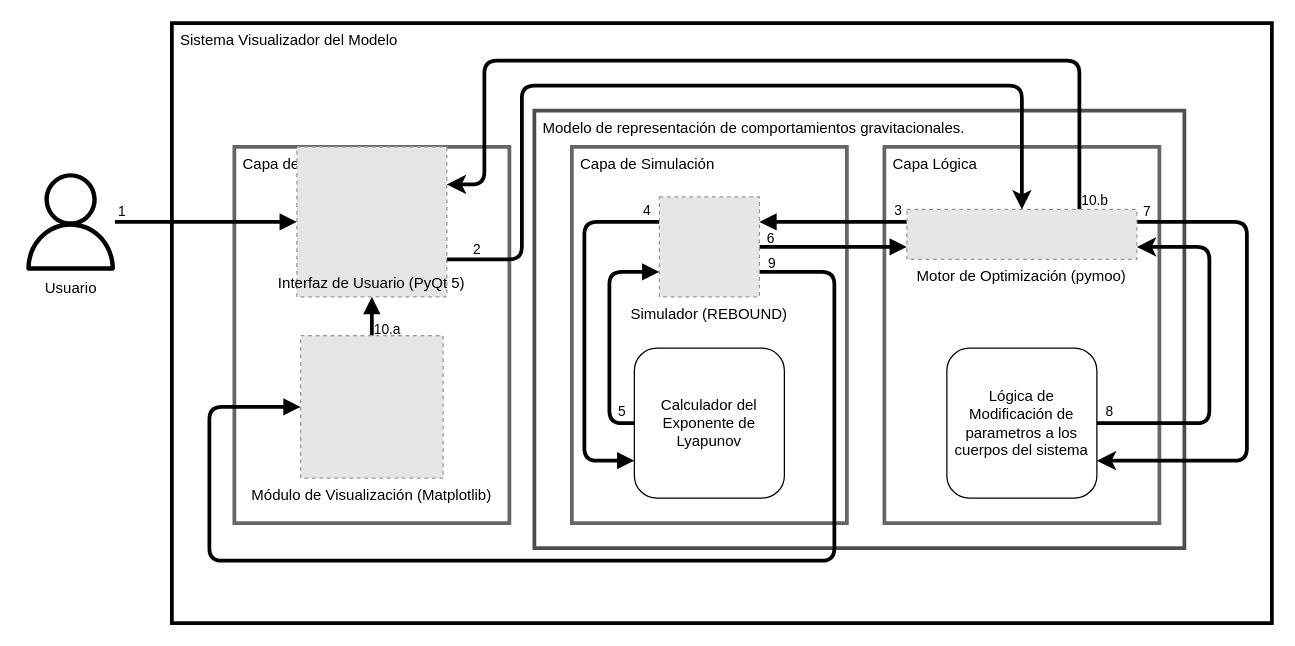
Above: page "Oficial" (1 of 3) of img/Diseño/Arquitectura.drawio in CARBAJE/Presentacion (draw.io), before the change. Source tidied: cells renumbered, new cells numbered last; positions are measured from the earlier drawing's top-left corner, leaving out a move shared by most shapes. Both pictures are drawn from the tidied source at 125%, with x=0, y=0 at pixel (21, 22). Pictures stored in the file or linked from it are replaced by grey dashed boxes.
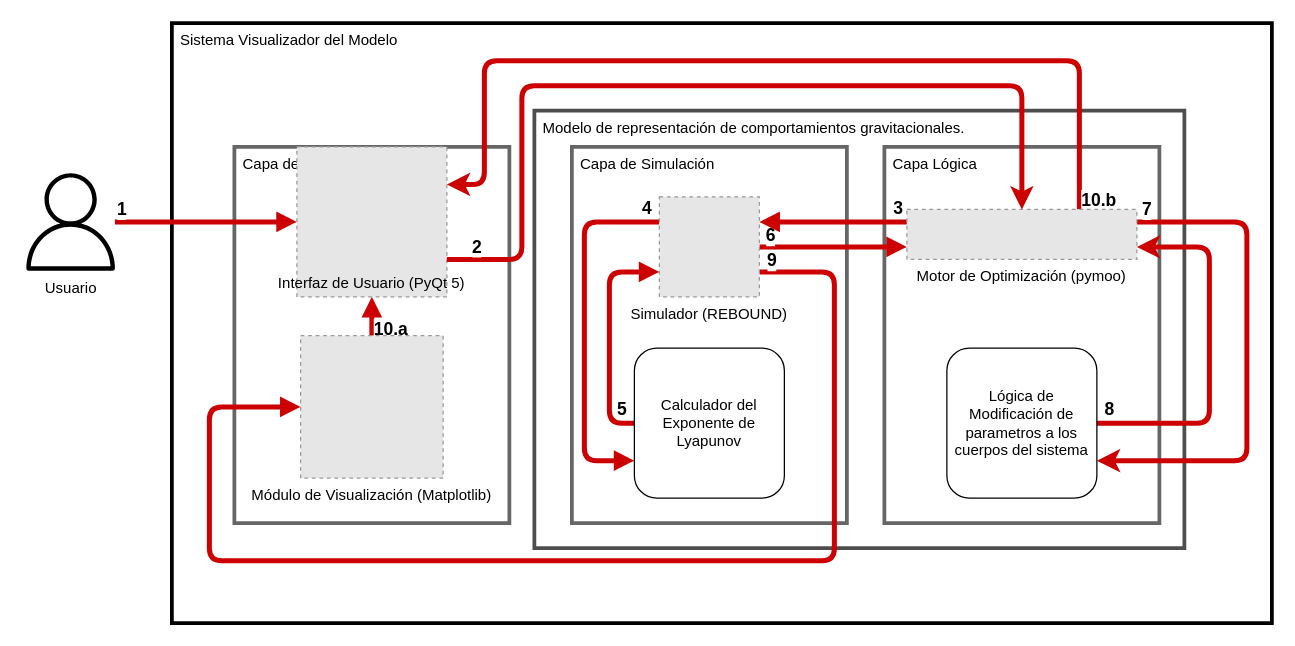
The same diagram, later.

The change refers to these unchanged cells:
```xml
<mxCell id="8" value="Usuario" style="sketch=0;outlineConnect=0;fontColor=#000000;gradientColor=none;fillColor=#000000;strokeColor=none;dashed=0;verticalLabelPosition=bottom;verticalAlign=top;align=center;html=1;fontSize=12;fontStyle=0;shape=mxgraph.aws4.user;labelBackgroundColor=none;" parent="1" vertex="1">
  <mxGeometry y="120" width="78" height="78" as="geometry" />
</mxCell>
<mxCell id="10" value="Módulo de Visualización (Matplotlib)" style="fillColor=#E6E6E6;strokeColor=#999999;dashed=1;verticalLabelPosition=bottom;labelBackgroundColor=none;verticalAlign=top;" parent="1" vertex="1">
  <mxGeometry x="223" y="250" width="114" height="114" as="geometry" />
</mxCell>
<mxCell id="11" value="Interfaz de Usuario (PyQt 5)" style="fillColor=#E6E6E6;strokeColor=#999999;dashed=1;verticalLabelPosition=bottom;labelBackgroundColor=none;verticalAlign=top;labelPosition=center;align=center;spacingTop=-25;" parent="1" vertex="1">
  <mxGeometry x="220" y="99" width="120" height="120" as="geometry" />
</mxCell>
<mxCell id="15" value="Simulador (REBOUND)" style="fillColor=#E6E6E6;strokeColor=#999999;dashed=1;verticalLabelPosition=bottom;labelBackgroundColor=none;verticalAlign=top;" parent="1" vertex="1">
  <mxGeometry x="510" y="139" width="80" height="80" as="geometry" />
</mxCell>
<mxCell id="19" value="Motor de Optimización (pymoo)" style="fillColor=#E6E6E6;strokeColor=#999999;dashed=1;verticalLabelPosition=bottom;labelBackgroundColor=none;verticalAlign=top;" parent="1" vertex="1">
  <mxGeometry x="708" y="149" width="184" height="40" as="geometry" />
</mxCell>
<mxCell id="21" value="Calculador del Exponente de Lyapunov" style="rounded=1;whiteSpace=wrap;html=1;gradientColor=none;labelBackgroundColor=none;fillColor=none;" parent="1" vertex="1">
  <mxGeometry x="490" y="260" width="120" height="120" as="geometry" />
</mxCell>
<mxCell id="23" value="Lógica de Modificación de parametros a los cuerpos del sistema" style="rounded=1;whiteSpace=wrap;html=1;gradientColor=none;labelBackgroundColor=none;fillColor=none;" parent="1" vertex="1">
  <mxGeometry x="740" y="260" width="120" height="120" as="geometry" />
</mxCell>
```

Change to the diagram source:
```diff
@@
-<mxGraphModel>
+<mxGraphModel background="light-dark(#ffffff, #121212)">
@@
-    <mxCell id="7" value="1" style="edgeStyle=orthogonalEdgeStyle;rounded=1;jettySize=auto;html=1;strokeWidth=3;endArrow=block;endFill=1;curved=0;labelBackgroundColor=none;verticalAlign=bottom;" parent="1" edge="1" source="8" target="11">
+    <mxCell id="7" value="1" style="edgeStyle=orthogonalEdgeStyle;rounded=1;jettySize=auto;html=1;strokeWidth=4;endArrow=block;endFill=1;curved=0;labelBackgroundColor=default;verticalAlign=bottom;flowAnimation=1;strokeColor=#CC0000;fontSize=14;fontStyle=1;textShadow=0;labelBorderColor=none;" parent="1" edge="1" source="8" target="11">
       <mxGeometry x="-0.92" y="-1" relative="1" as="geometry" />
     </mxCell>
@@
-    <mxCell id="9" value="10.a" style="edgeStyle=orthogonalEdgeStyle;rounded=1;jettySize=auto;html=1;entryX=0.5;entryY=1;entryDx=0;entryDy=0;strokeWidth=3;endArrow=block;endFill=1;curved=0;align=left;labelBackgroundColor=none;spacingBottom=-20;" parent="1" edge="1" source="10" target="11">
+    <mxCell id="9" value="10.a" style="edgeStyle=orthogonalEdgeStyle;rounded=1;jettySize=auto;html=1;entryX=0.5;entryY=1;entryDx=0;entryDy=0;strokeWidth=4;endArrow=block;endFill=1;curved=0;align=left;labelBackgroundColor=default;spacingBottom=-20;flowAnimation=1;strokeColor=#CC0000;fontSize=14;fontStyle=1;textShadow=0;labelBorderColor=none;" parent="1" edge="1" source="10" target="11">
       <mxGeometry relative="1" as="geometry" />
     </mxCell>
@@
-    <mxCell id="12" value="4" style="edgeStyle=orthogonalEdgeStyle;rounded=1;jettySize=auto;html=1;entryX=0;entryY=0.75;entryDx=0;entryDy=0;curved=0;strokeWidth=3;endArrow=block;endFill=1;labelBackgroundColor=none;verticalAlign=bottom;exitX=0;exitY=0.25;exitDx=0;exitDy=0;" parent="1" edge="1" source="15" target="21">
+    <mxCell id="12" value="4" style="edgeStyle=orthogonalEdgeStyle;rounded=1;jettySize=auto;html=1;entryX=0;entryY=0.75;entryDx=0;entryDy=0;curved=0;strokeWidth=4;endArrow=block;endFill=1;labelBackgroundColor=default;verticalAlign=bottom;exitX=0;exitY=0.25;exitDx=0;exitDy=0;flowAnimation=1;strokeColor=#CC0000;fontSize=14;fontStyle=1;textShadow=0;labelBorderColor=none;" parent="1" edge="1" source="15" target="21">
       <mxGeometry x="-0.93" relative="1" as="geometry">
         <Array as="points">
           <mxPoint x="450" y="159" />
           <mxPoint x="450" y="350" />
         </Array>
       </mxGeometry>
     </mxCell>
-    <mxCell id="13" value="6" style="edgeStyle=orthogonalEdgeStyle;rounded=1;jettySize=auto;html=1;entryX=0;entryY=0.75;entryDx=0;entryDy=0;strokeWidth=3;curved=0;labelBackgroundColor=none;verticalAlign=bottom;spacingTop=0;spacingBottom=-1;endArrow=block;endFill=1;" parent="1" edge="1" source="15" target="19">
+    <mxCell id="13" value="6" style="edgeStyle=orthogonalEdgeStyle;rounded=1;jettySize=auto;html=1;entryX=0;entryY=0.75;entryDx=0;entryDy=0;strokeWidth=4;curved=0;labelBackgroundColor=default;verticalAlign=bottom;spacingTop=0;spacingBottom=-1;endArrow=block;endFill=1;flowAnimation=1;strokeColor=#CC0000;fontSize=14;fontStyle=1;textShadow=0;labelBorderColor=none;" parent="1" edge="1" source="15" target="19">
       <mxGeometry x="-0.84" y="-1" relative="1" as="geometry" />
     </mxCell>
-    <mxCell id="14" value="9" style="edgeStyle=orthogonalEdgeStyle;rounded=1;jettySize=auto;html=1;entryX=0;entryY=0.5;entryDx=0;entryDy=0;exitX=1;exitY=0.75;exitDx=0;exitDy=0;strokeWidth=3;endArrow=block;endFill=1;curved=0;labelBackgroundColor=none;verticalAlign=bottom;spacingBottom=-2;" parent="1" edge="1" source="15" target="10">
+    <mxCell id="14" value="9" style="edgeStyle=orthogonalEdgeStyle;rounded=1;jettySize=auto;html=1;entryX=0;entryY=0.5;entryDx=0;entryDy=0;exitX=1;exitY=0.75;exitDx=0;exitDy=0;strokeWidth=4;endArrow=block;endFill=1;curved=0;labelBackgroundColor=default;verticalAlign=bottom;spacingBottom=-2;flowAnimation=1;strokeColor=#CC0000;fontSize=14;fontStyle=1;textShadow=0;labelBorderColor=none;" parent="1" edge="1" source="15" target="10">
       <mxGeometry x="-0.98" relative="1" as="geometry">
         <Array as="points">
           <mxPoint x="650" y="199" />
           <mxPoint x="650" y="430" />
           <mxPoint x="150" y="430" />
           <mxPoint x="150" y="307" />
         </Array>
       </mxGeometry>
     </mxCell>
@@
-    <mxCell id="16" value="3" style="edgeStyle=orthogonalEdgeStyle;rounded=1;jettySize=auto;html=1;entryX=1;entryY=0.25;entryDx=0;entryDy=0;exitX=0;exitY=0.25;exitDx=0;exitDy=0;curved=0;strokeWidth=3;endArrow=block;endFill=1;sourcePerimeterSpacing=0;targetPerimeterSpacing=0;flowAnimation=0;shadow=0;labelBackgroundColor=none;verticalAlign=bottom;" parent="1" edge="1" source="19" target="15">
+    <mxCell id="16" value="3" style="edgeStyle=orthogonalEdgeStyle;rounded=1;jettySize=auto;html=1;entryX=1;entryY=0.25;entryDx=0;entryDy=0;exitX=0;exitY=0.25;exitDx=0;exitDy=0;curved=0;strokeWidth=4;endArrow=block;endFill=1;sourcePerimeterSpacing=0;targetPerimeterSpacing=0;flowAnimation=1;shadow=0;labelBackgroundColor=default;verticalAlign=bottom;strokeColor=#CC0000;fontSize=14;fontStyle=1;textShadow=0;labelBorderColor=none;" parent="1" edge="1" source="19" target="15">
       <mxGeometry x="-0.88" relative="1" as="geometry" />
     </mxCell>
-    <mxCell id="17" value="7" style="edgeStyle=orthogonalEdgeStyle;rounded=1;jettySize=auto;html=1;entryX=1;entryY=0.75;entryDx=0;entryDy=0;exitX=1;exitY=0.25;exitDx=0;exitDy=0;curved=0;strokeWidth=3;labelBackgroundColor=none;verticalAlign=bottom;" parent="1" edge="1" source="19" target="23">
+    <mxCell id="17" value="7" style="edgeStyle=orthogonalEdgeStyle;rounded=1;jettySize=auto;html=1;entryX=1;entryY=0.75;entryDx=0;entryDy=0;exitX=1;exitY=0.25;exitDx=0;exitDy=0;curved=0;strokeWidth=4;labelBackgroundColor=default;verticalAlign=bottom;flowAnimation=1;strokeColor=#CC0000;fontSize=14;fontStyle=1;textShadow=0;labelBorderColor=none;" parent="1" edge="1" source="19" target="23">
       <mxGeometry x="-0.96" y="-1" relative="1" as="geometry">
         <Array as="points">
           <mxPoint x="980" y="159" />
           <mxPoint x="980" y="350" />
         </Array>
       </mxGeometry>
     </mxCell>
-    <mxCell id="18" value="10.b" style="edgeStyle=orthogonalEdgeStyle;rounded=1;jettySize=auto;html=1;entryX=1;entryY=0.25;entryDx=0;entryDy=0;exitX=0.75;exitY=0;exitDx=0;exitDy=0;strokeWidth=3;curved=0;labelBackgroundColor=none;align=left;" parent="1" edge="1" source="19" target="11">
+    <mxCell id="18" value="10.b" style="edgeStyle=orthogonalEdgeStyle;rounded=1;jettySize=auto;html=1;entryX=1;entryY=0.25;entryDx=0;entryDy=0;exitX=0.75;exitY=0;exitDx=0;exitDy=0;strokeWidth=4;curved=0;labelBackgroundColor=default;align=left;flowAnimation=1;strokeColor=#CC0000;fontSize=14;fontStyle=1;textShadow=0;labelBorderColor=none;" parent="1" edge="1" source="19" target="11">
       <mxGeometry x="-0.98" relative="1" as="geometry">
         <Array as="points">
           <mxPoint x="846" y="30" />
           <mxPoint x="370" y="30" />
           <mxPoint x="370" y="129" />
         </Array>
       </mxGeometry>
     </mxCell>
@@
-    <mxCell id="20" value="5" style="edgeStyle=orthogonalEdgeStyle;rounded=1;jettySize=auto;html=1;entryX=0;entryY=0.75;entryDx=0;entryDy=0;strokeWidth=3;curved=0;endArrow=block;endFill=1;labelBackgroundColor=none;verticalAlign=bottom;" parent="1" edge="1" source="21" target="15">
+    <mxCell id="20" value="5" style="edgeStyle=orthogonalEdgeStyle;rounded=1;jettySize=auto;html=1;entryX=0;entryY=0.75;entryDx=0;entryDy=0;strokeWidth=4;curved=0;endArrow=block;endFill=1;labelBackgroundColor=default;verticalAlign=bottom;flowAnimation=1;strokeColor=#CC0000;fontSize=14;fontStyle=1;textShadow=0;labelBorderColor=none;" parent="1" edge="1" source="21" target="15">
       <mxGeometry x="-0.89" relative="1" as="geometry">
         <Array as="points">
           <mxPoint x="470" y="320" />
           <mxPoint x="470" y="199" />
         </Array>
       </mxGeometry>
     </mxCell>
@@
-    <mxCell id="22" value="8" style="edgeStyle=orthogonalEdgeStyle;rounded=1;jettySize=auto;html=1;entryX=1;entryY=0.75;entryDx=0;entryDy=0;strokeWidth=3;curved=0;labelBackgroundColor=none;verticalAlign=bottom;" parent="1" edge="1" source="23" target="19">
+    <mxCell id="22" value="8" style="edgeStyle=orthogonalEdgeStyle;rounded=1;jettySize=auto;html=1;entryX=1;entryY=0.75;entryDx=0;entryDy=0;strokeWidth=4;curved=0;labelBackgroundColor=default;verticalAlign=bottom;flowAnimation=1;strokeColor=#CC0000;fontSize=14;fontStyle=1;textShadow=0;labelBorderColor=none;" parent="1" edge="1" source="23" target="19">
       <mxGeometry x="-0.93" relative="1" as="geometry">
         <Array as="points">
           <mxPoint x="950" y="320" />
           <mxPoint x="950" y="179" />
         </Array>
       </mxGeometry>
     </mxCell>
@@
-    <mxCell id="24" value="2" style="edgeStyle=orthogonalEdgeStyle;rounded=1;jettySize=auto;html=1;entryX=0.5;entryY=0;entryDx=0;entryDy=0;strokeWidth=3;curved=0;labelBackgroundColor=none;verticalAlign=bottom;exitX=1;exitY=0.75;exitDx=0;exitDy=0;" parent="1" edge="1" source="11" target="19">
+    <mxCell id="24" value="2" style="edgeStyle=orthogonalEdgeStyle;rounded=1;jettySize=auto;html=1;entryX=0.5;entryY=0;entryDx=0;entryDy=0;strokeWidth=4;curved=0;labelBackgroundColor=default;verticalAlign=bottom;exitX=1;exitY=0.75;exitDx=0;exitDy=0;flowAnimation=1;strokeColor=#CC0000;fontSize=14;fontStyle=1;textShadow=0;labelBorderColor=none;" parent="1" edge="1" source="11" target="19">
       <mxGeometry x="-0.93" y="-1" relative="1" as="geometry">
         <Array as="points">
           <mxPoint x="400" y="189" />
           <mxPoint x="400" y="50" />
           <mxPoint x="800" y="50" />
         </Array>
       </mxGeometry>
     </mxCell>
```
